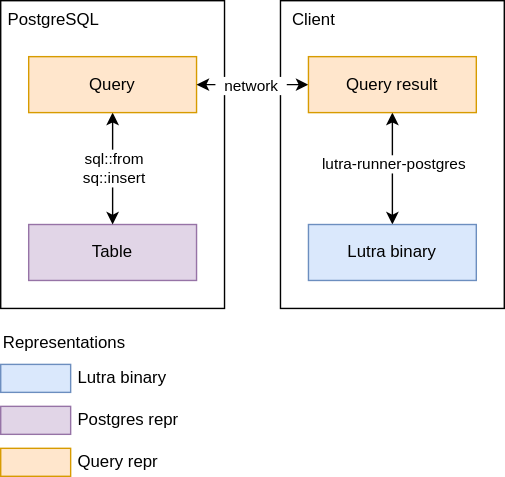
Earlier version of the draw.io export lutra-compiler/src/sql/reprs.drawio.svg (aljazerzen/lutra). Source tidied: cells renumbered, new cells last; positions are measured from the earlier drawing's top-left corner, leaving out a move shared by most shapes.
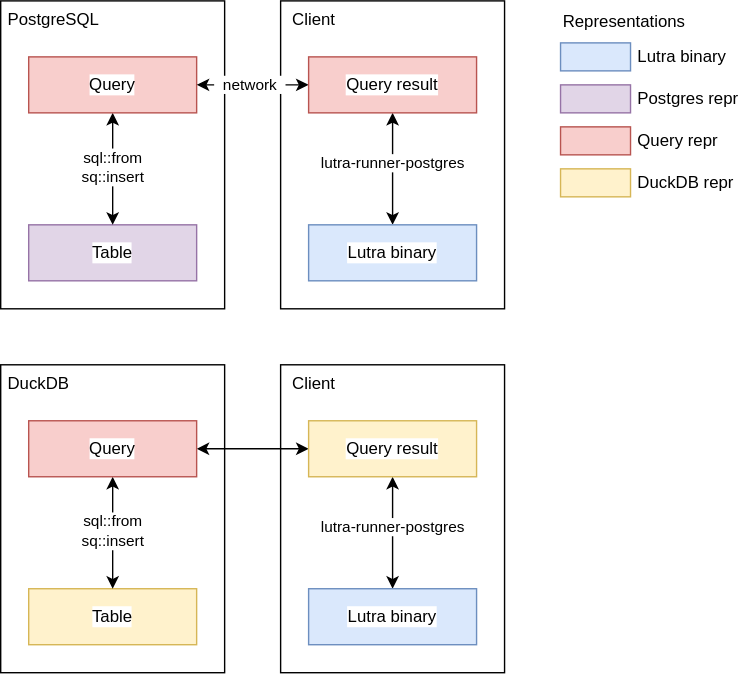
After the change.

The edit, as a diff of the source:
```diff
@@ -8,7 +8,7 @@
     <mxCell id="3" value="&amp;nbsp;PostgreSQL" style="rounded=0;whiteSpace=wrap;html=1;fillColor=none;align=left;verticalAlign=top;" parent="1" vertex="1">
       <mxGeometry width="160" height="220" as="geometry" />
     </mxCell>
-    <mxCell id="4" value="Table" style="rounded=0;whiteSpace=wrap;html=1;fillColor=#e1d5e7;strokeColor=#9673a6;" parent="1" vertex="1">
+    <mxCell id="4" value="Table" style="rounded=0;whiteSpace=wrap;html=1;fillColor=#e1d5e7;strokeColor=#9673a6;labelBackgroundColor=default;" parent="1" vertex="1">
       <mxGeometry x="20" y="160" width="120" height="40" as="geometry" />
     </mxCell>
     <mxCell id="5" style="edgeStyle=orthogonalEdgeStyle;rounded=0;jettySize=auto;html=1;startArrow=classic;startFill=1;" parent="1" edge="1" source="4" target="7">
@@ -17,7 +17,7 @@
     <mxCell id="6" value="sql::from&lt;br&gt;sq::insert" style="edgeLabel;html=1;align=center;verticalAlign=middle;" parent="5" vertex="1">
       <mxGeometry x="0.04" relative="1" as="geometry" />
     </mxCell>
-    <mxCell id="7" value="Query" style="rounded=0;whiteSpace=wrap;html=1;fillColor=#ffe6cc;strokeColor=#d79b00;" parent="1" vertex="1">
+    <mxCell id="7" value="Query" style="rounded=0;whiteSpace=wrap;html=1;fillColor=#f8cecc;strokeColor=#b85450;labelBackgroundColor=default;" parent="1" vertex="1">
       <mxGeometry x="20" y="40" width="120" height="40" as="geometry" />
     </mxCell>
     <mxCell id="8" style="edgeStyle=orthogonalEdgeStyle;rounded=0;jettySize=auto;html=1;startArrow=classic;startFill=1;" parent="1" edge="1" source="7" target="12">
@@ -32,23 +32,59 @@
     <mxCell id="11" value="lutra-runner-postgres" style="edgeLabel;html=1;align=center;verticalAlign=middle;" parent="10" vertex="1">
       <mxGeometry x="-0.11" relative="1" as="geometry" />
     </mxCell>
-    <mxCell id="12" value="Query result" style="rounded=0;whiteSpace=wrap;html=1;fillColor=#ffe6cc;strokeColor=#d79b00;" parent="1" vertex="1">
+    <mxCell id="12" value="Query result" style="rounded=0;whiteSpace=wrap;html=1;fillColor=#f8cecc;strokeColor=#b85450;labelBackgroundColor=default;" parent="1" vertex="1">
       <mxGeometry x="220" y="40" width="120" height="40" as="geometry" />
     </mxCell>
-    <mxCell id="13" value="Lutra binary" style="rounded=0;whiteSpace=wrap;html=1;fillColor=#dae8fc;strokeColor=#6c8ebf;" parent="1" vertex="1">
+    <mxCell id="13" value="Lutra binary" style="rounded=0;whiteSpace=wrap;html=1;fillColor=#dae8fc;strokeColor=#6c8ebf;labelBackgroundColor=default;" parent="1" vertex="1">
       <mxGeometry x="220" y="160" width="120" height="40" as="geometry" />
     </mxCell>
     <mxCell id="14" value="&amp;nbsp;Lutra binary" style="rounded=0;html=1;fillColor=#dae8fc;strokeColor=#6c8ebf;labelPosition=right;verticalLabelPosition=middle;align=left;verticalAlign=middle;" parent="1" vertex="1">
-      <mxGeometry y="260" width="50" height="20" as="geometry" />
+      <mxGeometry x="400" y="30" width="50" height="20" as="geometry" />
     </mxCell>
     <mxCell id="15" value="&amp;nbsp;Postgres repr" style="rounded=0;html=1;fillColor=#e1d5e7;strokeColor=#9673a6;labelPosition=right;verticalLabelPosition=middle;align=left;verticalAlign=middle;" parent="1" vertex="1">
-      <mxGeometry y="290" width="50" height="20" as="geometry" />
+      <mxGeometry x="400" y="60" width="50" height="20" as="geometry" />
     </mxCell>
-    <mxCell id="16" value="&amp;nbsp;Query repr" style="rounded=0;html=1;fillColor=#ffe6cc;strokeColor=#d79b00;labelPosition=right;verticalLabelPosition=middle;align=left;verticalAlign=middle;" parent="1" vertex="1">
-      <mxGeometry y="320" width="50" height="20" as="geometry" />
+    <mxCell id="16" value="&amp;nbsp;Query repr" style="rounded=0;html=1;fillColor=#f8cecc;strokeColor=#b85450;labelPosition=right;verticalLabelPosition=middle;align=left;verticalAlign=middle;" parent="1" vertex="1">
+      <mxGeometry x="400" y="90" width="50" height="20" as="geometry" />
     </mxCell>
     <mxCell id="17" value="Representations" style="text;html=1;align=left;verticalAlign=middle;whiteSpace=wrap;rounded=0;" parent="1" vertex="1">
-      <mxGeometry y="230" width="100" height="30" as="geometry" />
+      <mxGeometry x="400" width="100" height="30" as="geometry" />
     </mxCell>
+    <mxCell id="18" value="&amp;nbsp;DuckDB" style="rounded=0;whiteSpace=wrap;html=1;fillColor=none;align=left;verticalAlign=top;" parent="1" vertex="1">
+      <mxGeometry y="260" width="160" height="220" as="geometry" />
+    </mxCell>
+    <mxCell id="19" value="Table" style="rounded=0;whiteSpace=wrap;html=1;fillColor=#fff2cc;strokeColor=#d6b656;labelBackgroundColor=default;" parent="1" vertex="1">
+      <mxGeometry x="20" y="420" width="120" height="40" as="geometry" />
+    </mxCell>
+    <mxCell id="20" style="edgeStyle=orthogonalEdgeStyle;rounded=0;jettySize=auto;html=1;startArrow=classic;startFill=1;" parent="1" edge="1" source="19" target="23">
+      <mxGeometry relative="1" as="geometry" />
+    </mxCell>
+    <mxCell id="21" value="sql::from&lt;br&gt;sq::insert" style="edgeLabel;html=1;align=center;verticalAlign=middle;" parent="20" vertex="1">
+      <mxGeometry x="0.04" relative="1" as="geometry" />
+    </mxCell>
+    <mxCell id="22" style="edgeStyle=orthogonalEdgeStyle;rounded=0;jettySize=auto;html=1;exitX=1;exitY=0.5;exitDx=0;exitDy=0;startArrow=classic;startFill=1;" parent="1" edge="1" source="23" target="27">
+      <mxGeometry relative="1" as="geometry" />
+    </mxCell>
+    <mxCell id="23" value="Query" style="rounded=0;whiteSpace=wrap;html=1;fillColor=#f8cecc;strokeColor=#b85450;labelBackgroundColor=default;" parent="1" vertex="1">
+      <mxGeometry x="20" y="300" width="120" height="40" as="geometry" />
+    </mxCell>
+    <mxCell id="24" value="&amp;nbsp; Client" style="rounded=0;whiteSpace=wrap;html=1;fillColor=none;align=left;verticalAlign=top;" parent="1" vertex="1">
+      <mxGeometry x="200" y="260" width="160" height="220" as="geometry" />
+    </mxCell>
+    <mxCell id="25" style="edgeStyle=orthogonalEdgeStyle;rounded=0;jettySize=auto;html=1;startArrow=classic;startFill=1;" parent="1" edge="1" source="27" target="28">
+      <mxGeometry relative="1" as="geometry" />
+    </mxCell>
+    <mxCell id="26" value="lutra-runner-postgres" style="edgeLabel;html=1;align=center;verticalAlign=middle;" parent="25" vertex="1">
+      <mxGeometry x="-0.11" relative="1" as="geometry" />
+    </mxCell>
+    <mxCell id="27" value="Query result" style="rounded=0;whiteSpace=wrap;html=1;fillColor=#fff2cc;strokeColor=#d6b656;labelBackgroundColor=default;" parent="1" vertex="1">
+      <mxGeometry x="220" y="300" width="120" height="40" as="geometry" />
+    </mxCell>
+    <mxCell id="28" value="Lutra binary" style="rounded=0;whiteSpace=wrap;html=1;fillColor=#dae8fc;strokeColor=#6c8ebf;labelBackgroundColor=default;" parent="1" vertex="1">
+      <mxGeometry x="220" y="420" width="120" height="40" as="geometry" />
+    </mxCell>
+    <mxCell id="29" value="&amp;nbsp;DuckDB repr" style="rounded=0;html=1;fillColor=#fff2cc;strokeColor=#d6b656;labelPosition=right;verticalLabelPosition=middle;align=left;verticalAlign=middle;" parent="1" vertex="1">
+      <mxGeometry x="400" y="120" width="50" height="20" as="geometry" />
+    </mxCell>
   </root>
 </mxGraphModel>
```
